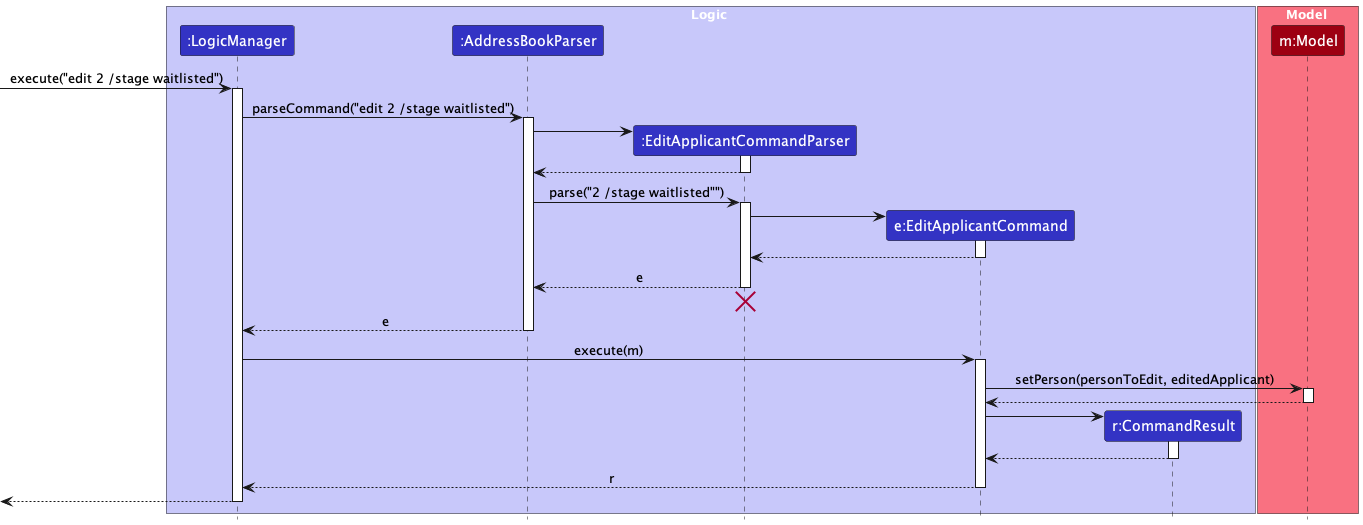
Before: docs/images/EditSequenceDiagram.png, a diagram exported from PlantUML (ys112/tp).
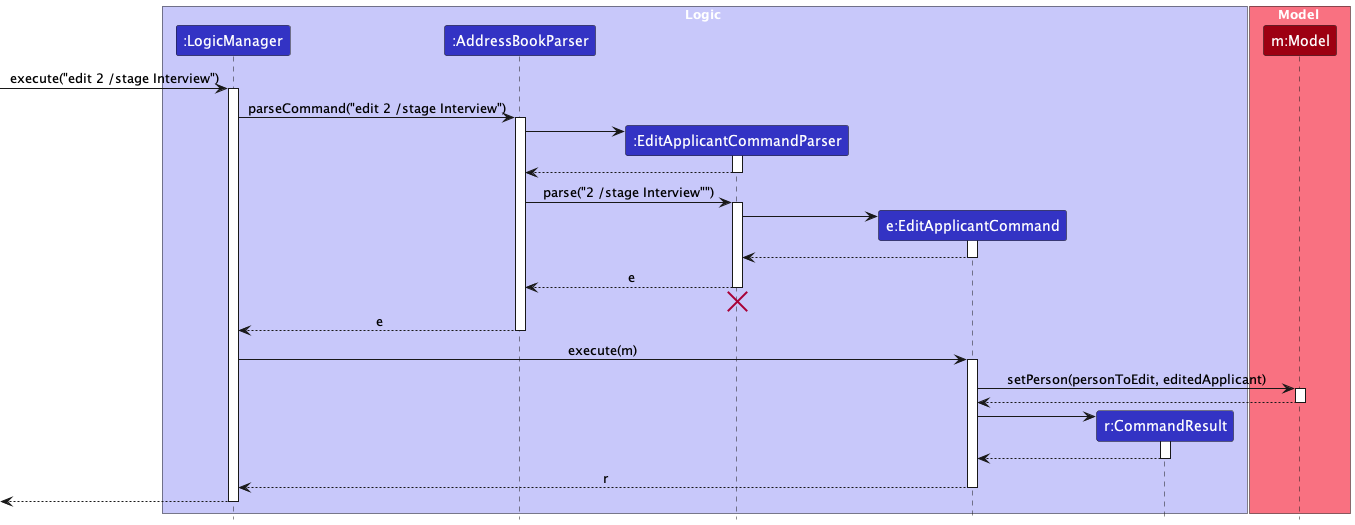
Above is the later version.

Commit message:
Fix Stage name in sequence diagram

Change to the diagram source:
```diff
@@ -14,10 +14,10 @@
 participant "m:Model" as Model MODEL_COLOR
 end box
 
-[-> LogicManager : execute("edit 2 /stage waitlisted")
+[-> LogicManager : execute("edit 2 /stage Interview")
 activate LogicManager
 
-LogicManager -> AddressBookParser : parseCommand("edit 2 /stage waitlisted")
+LogicManager -> AddressBookParser : parseCommand("edit 2 /stage Interview")
 activate AddressBookParser
 
 create EditApplicantCommandParser
@@ -27,7 +27,7 @@
 EditApplicantCommandParser --> AddressBookParser
 deactivate EditApplicantCommandParser
 
-AddressBookParser -> EditApplicantCommandParser : parse("2 /stage waitlisted"")
+AddressBookParser -> EditApplicantCommandParser : parse("2 /stage Interview"")
 activate EditApplicantCommandParser
 
 create EditApplicantCommand
```
